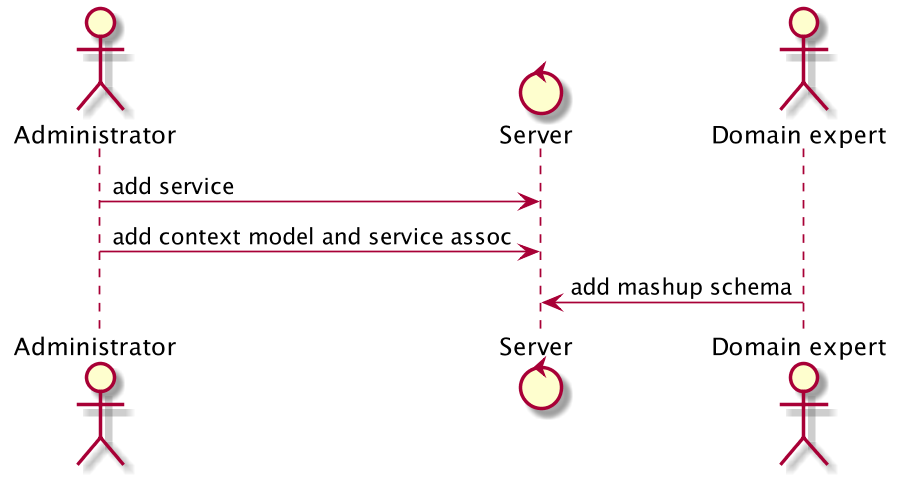
The PlantUML diagram src/org/images/designtime.png in vzaccaria/icwe16-slides, before a commit.
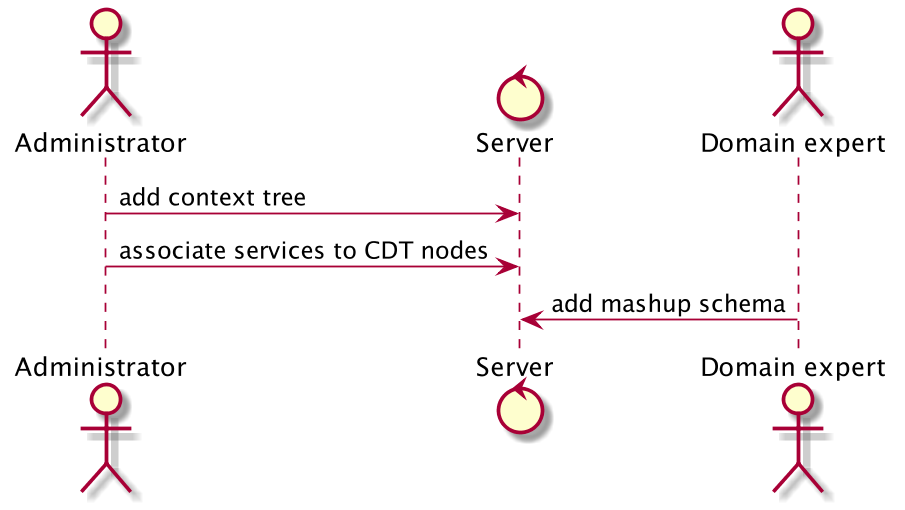
Later version of the same file.

The edit, as a diff of the source:
```diff
@@ -3,7 +3,7 @@
 actor "Administrator"
 control "Server"
 actor "Domain expert"
-"Administrator" -> "Server" : add service
-"Administrator" -> "Server" : add context model and service assoc
+"Administrator" -> "Server" : add context tree
+"Administrator" -> "Server" : associate services to CDT nodes
 "Domain expert" -> "Server" : add mashup schema
 @enduml
```
